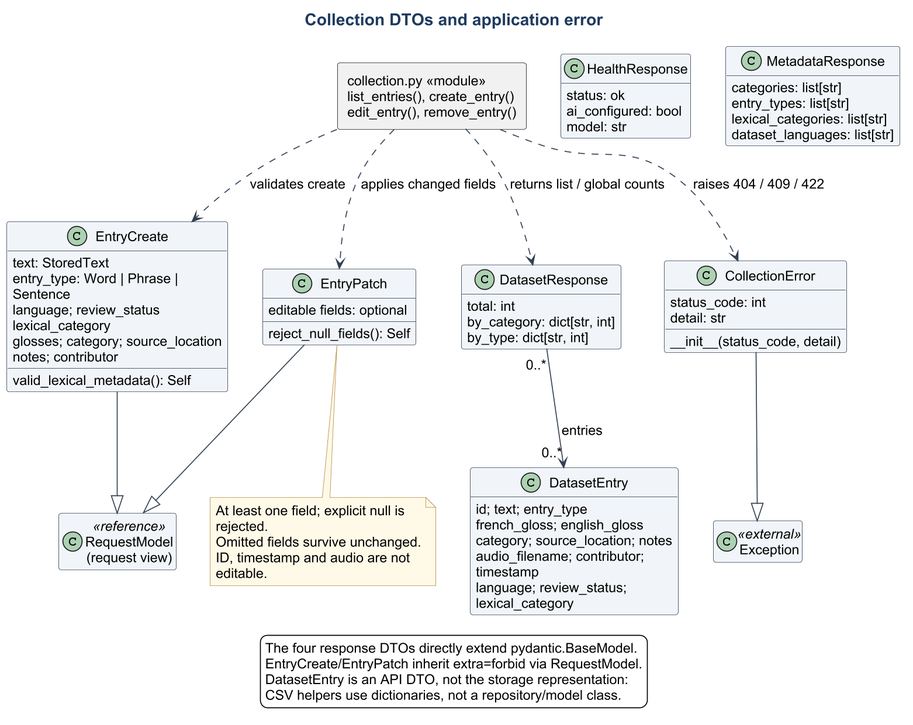
Suraku237/francanglaiscompiler keeps this PlantUML diagram as docs/diagrams/class-collection.png. Above is the earlier version.
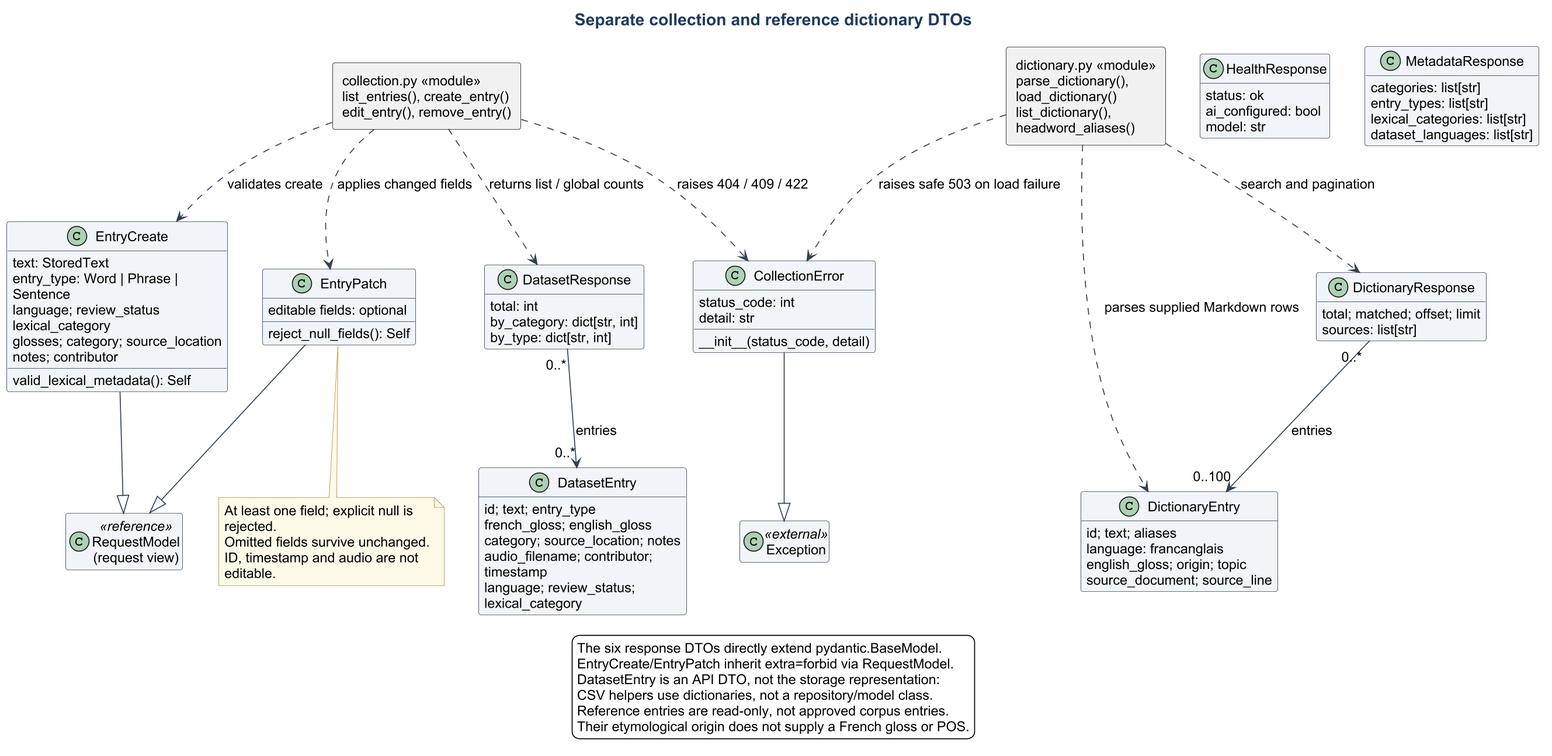
Later version of the same file.

Diff of the diagram source:
```diff
@@ -1,7 +1,7 @@
 @startuml
 !include theme.iuml
 allowmixing
-title Collection DTOs and application error
+title Separate collection and reference dictionary DTOs
 hide empty members
 class "RequestModel\n(request view)" as RequestModel <<reference>>
 class EntryCreate {
@@ -29,6 +29,16 @@
   by_category: dict[str, int]
   by_type: dict[str, int]
 }
+class DictionaryEntry {
+  id; text; aliases
+  language: francanglais
+  english_gloss; origin; topic
+  source_document; source_line
+}
+class DictionaryResponse {
+  total; matched; offset; limit
+  sources: list[str]
+}
 class HealthResponse {
   status: ok
   ai_configured: bool
@@ -47,10 +57,15 @@
 }
 class Exception <<external>>
 rectangle "collection.py <<module>>\nlist_entries(), create_entry()\nedit_entry(), remove_entry()" as Collection
+rectangle "dictionary.py <<module>>\nparse_dictionary(), load_dictionary()\nlist_dictionary(), headword_aliases()" as Dictionary
 EntryCreate --|> RequestModel
 EntryPatch --|> RequestModel
 CollectionError --|> Exception
 DatasetResponse "0..*" --> "0..*" DatasetEntry : entries
+DictionaryResponse "0..*" --> "0..100" DictionaryEntry : entries
+Dictionary ..> DictionaryEntry : parses supplied Markdown rows
+Dictionary ..> DictionaryResponse : search and pagination
+Dictionary ..> CollectionError : raises safe 503 on load failure
 Collection ..> EntryCreate : validates create
 Collection ..> EntryPatch : applies changed fields
 Collection ..> DatasetResponse : returns list / global counts
@@ -61,9 +76,11 @@
   ID, timestamp and audio are not editable.
 end note
 legend bottom
-  The four response DTOs directly extend pydantic.BaseModel.
+  The six response DTOs directly extend pydantic.BaseModel.
   EntryCreate/EntryPatch inherit extra=forbid via RequestModel.
   DatasetEntry is an API DTO, not the storage representation:
   CSV helpers use dictionaries, not a repository/model class.
+  Reference entries are read-only, not approved corpus entries.
+  Their etymological origin does not supply a French gloss or POS.
 endlegend
 @enduml
```
